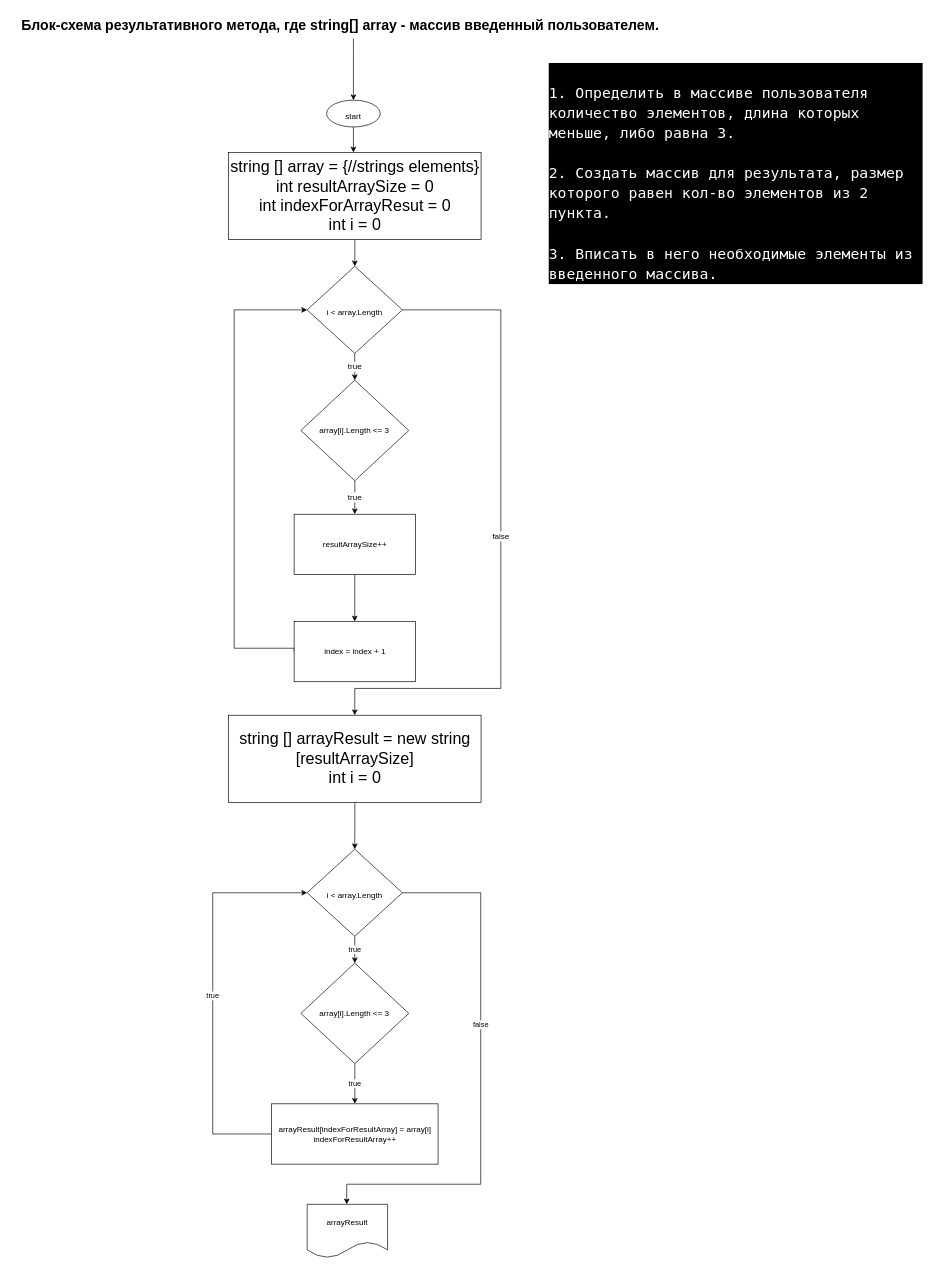
Above: blockDiagram/blockDiagra.drawio in dkarmm/finalProject (draw.io), before the change. Source tidied: cells renumbered, new cells numbered last; positions are measured from the earlier drawing's top-left corner, leaving out a move shared by most shapes. Both pictures are drawn from the tidied source at 67%, with x=0, y=0 at pixel (11, 11).
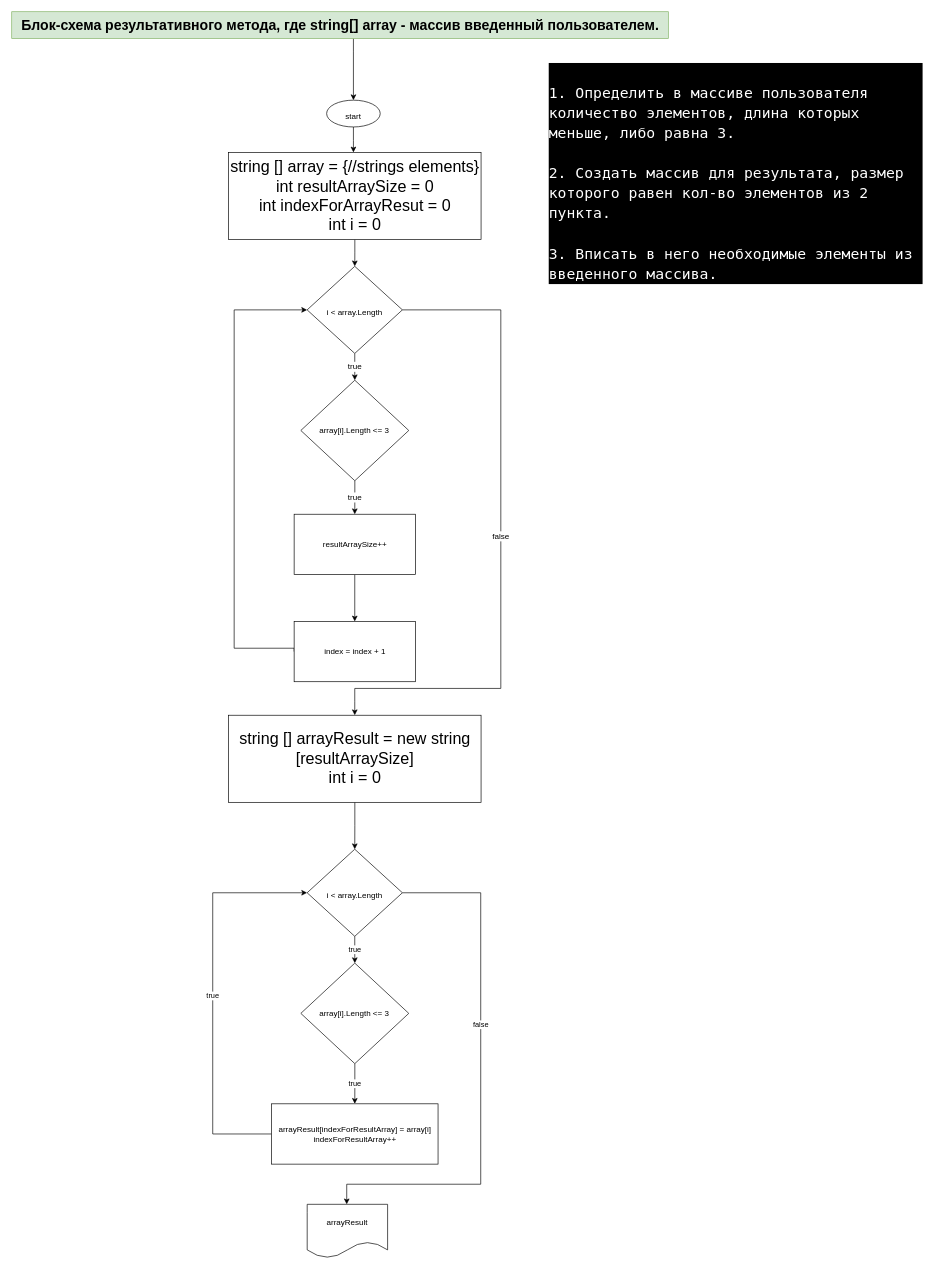
The same page after the edit.

Change to the diagram source:
```diff
@@
-    <mxCell id="28" value="Блок-схема результативного метода, где string[] array - массив введенный пользователем." style="text;html=1;align=center;verticalAlign=middle;points=[];strokeColor=none;fillColor=none;fontSize=21;fontStyle=1;" parent="1" vertex="1">
+    <mxCell id="28" value="Блок-схема результативного метода, где string[] array - массив введенный пользователем." style="text;html=1;align=center;verticalAlign=middle;points=[];strokeColor=#82b366;fillColor=#d5e8d4;fontSize=21;fontStyle=1;" parent="1" vertex="1">
       <mxGeometry width="980" height="40" as="geometry" />
     </mxCell>
```
